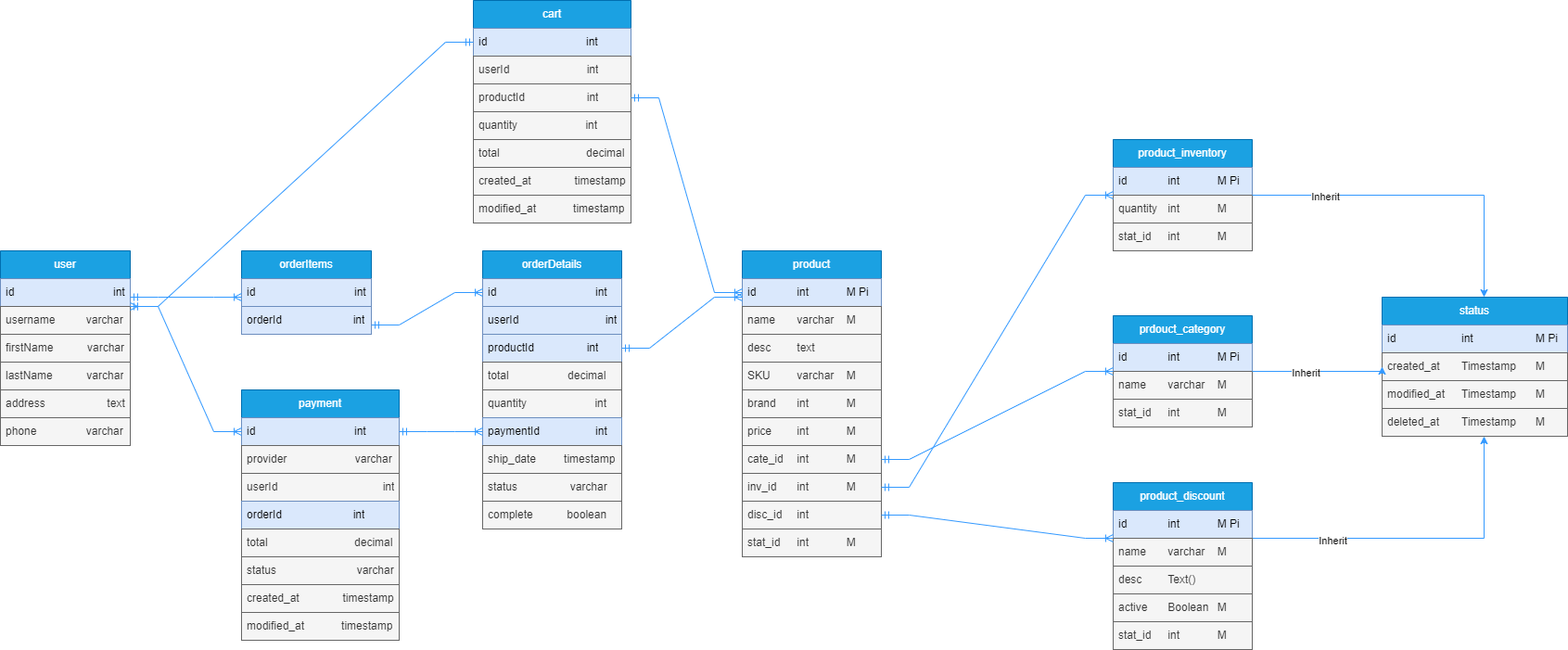
sharifmajumdar/fs14-ecommerce-erd keeps this draw.io diagram as ecommerce.png. Above is the earlier version. Source tidied: cells renumbered, new cells last; positions are measured from the earlier drawing's top-left corner, leaving out a move shared by most shapes.
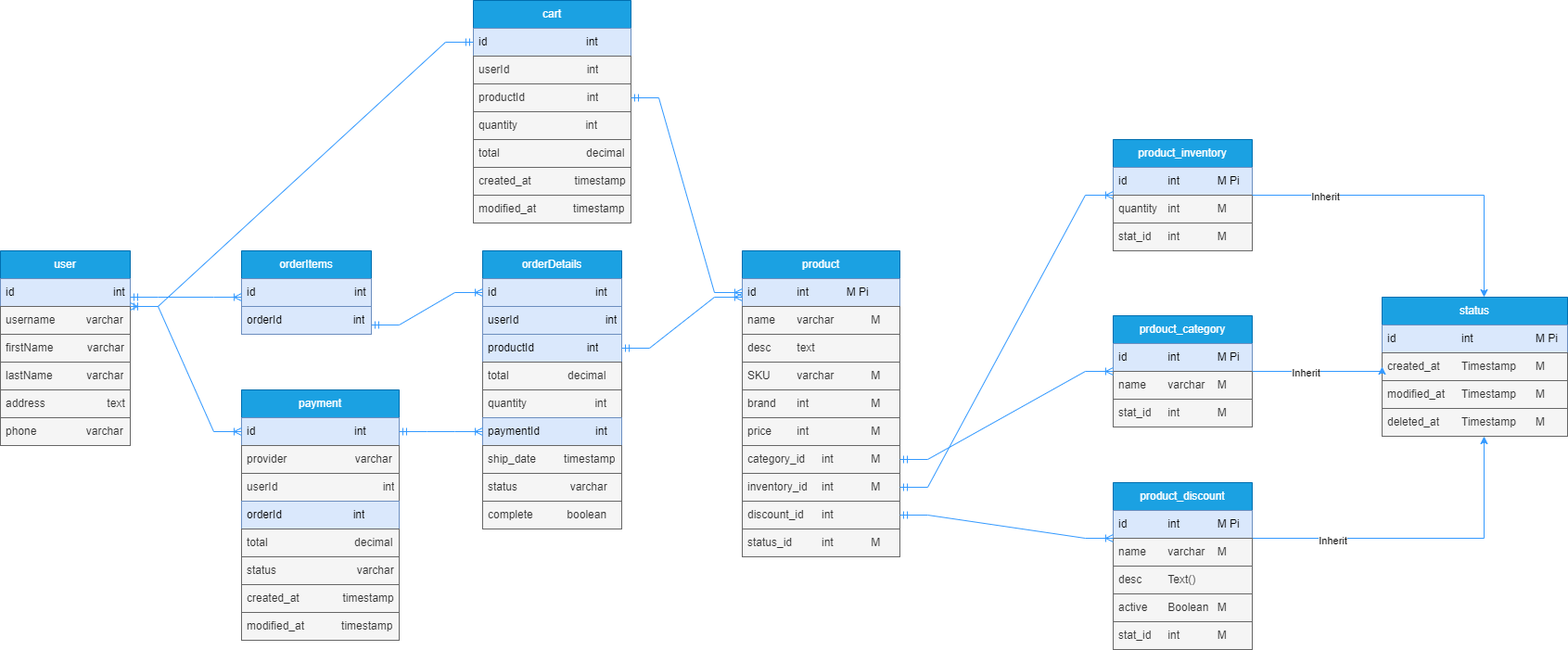
After the change.

Diff of the diagram source:
```diff
@@ -69,40 +69,40 @@
       <mxGeometry y="180" width="140" height="30" as="geometry" />
     </mxCell>
     <mxCell id="23" style="group;" parent="1" vertex="1">
-      <mxGeometry x="800" y="270" width="150" height="330" as="geometry" />
+      <mxGeometry x="800" y="270" width="170" height="330" as="geometry" />
     </mxCell>
     <mxCell id="24" value="product" style="swimlane;fontStyle=0;horizontal=1;startSize=30;whiteSpace=wrap;html=1;fillColor=#1ba1e2;strokeColor=#006EAF;fontColor=#ffffff;" parent="23" vertex="1">
-      <mxGeometry width="150" height="240" as="geometry" />
+      <mxGeometry width="170" height="240" as="geometry" />
     </mxCell>
     <mxCell id="25" value="id&lt;span style=&quot;white-space: pre;&quot;&gt;&#9;&lt;/span&gt;&lt;span style=&quot;white-space: pre;&quot;&gt;&#9;&lt;/span&gt;int&lt;span style=&quot;white-space: pre;&quot;&gt;&#9;&lt;/span&gt;&lt;span style=&quot;white-space: pre;&quot;&gt;&#9;&lt;/span&gt;M Pi" style="text;strokeColor=#6c8ebf;fillColor=#dae8fc;align=left;verticalAlign=middle;spacingLeft=4;spacingRight=4;overflow=hidden;points=[[0,0.5],[1,0.5]];portConstraint=eastwest;whiteSpace=wrap;html=1;" parent="24" vertex="1">
-      <mxGeometry y="30" width="150" height="30" as="geometry" />
+      <mxGeometry y="30" width="170" height="30" as="geometry" />
     </mxCell>
-    <mxCell id="26" value="name&lt;span style=&quot;white-space: pre;&quot;&gt;&#9;&lt;/span&gt;varchar&lt;span style=&quot;white-space: pre;&quot;&gt;&#9;&lt;/span&gt;M" style="text;strokeColor=#666666;fillColor=#f5f5f5;align=left;verticalAlign=middle;spacingLeft=4;spacingRight=4;overflow=hidden;whiteSpace=wrap;html=1;fontColor=#333333;" parent="24" vertex="1">
-      <mxGeometry y="60" width="150" height="30" as="geometry" />
+    <mxCell id="26" value="name&lt;span style=&quot;white-space: pre;&quot;&gt;&#9;&lt;/span&gt;varchar&lt;span style=&quot;white-space: pre;&quot;&gt;&#9;&lt;span style=&quot;white-space: pre;&quot;&gt;&#9;&lt;/span&gt;&lt;/span&gt;M" style="text;strokeColor=#666666;fillColor=#f5f5f5;align=left;verticalAlign=middle;spacingLeft=4;spacingRight=4;overflow=hidden;whiteSpace=wrap;html=1;fontColor=#333333;" parent="24" vertex="1">
+      <mxGeometry y="60" width="170" height="30" as="geometry" />
     </mxCell>
     <mxCell id="27" value="desc&lt;span style=&quot;white-space: pre;&quot;&gt;&#9;&lt;/span&gt;text&lt;span style=&quot;white-space: pre;&quot;&gt;&#9;&lt;/span&gt;" style="text;strokeColor=#666666;fillColor=#f5f5f5;align=left;verticalAlign=middle;spacingLeft=4;spacingRight=4;overflow=hidden;whiteSpace=wrap;html=1;fontColor=#333333;" parent="24" vertex="1">
-      <mxGeometry y="90" width="150" height="30" as="geometry" />
+      <mxGeometry y="90" width="170" height="30" as="geometry" />
     </mxCell>
-    <mxCell id="28" value="SKU&lt;span style=&quot;white-space: pre;&quot;&gt;&#9;&lt;/span&gt;&lt;span style=&quot;white-space: pre;&quot;&gt;&#9;&lt;/span&gt;varchar&lt;span style=&quot;white-space: pre;&quot;&gt;&#9;&lt;/span&gt;M" style="text;strokeColor=#666666;fillColor=#f5f5f5;align=left;verticalAlign=middle;spacingLeft=4;spacingRight=4;overflow=hidden;whiteSpace=wrap;html=1;fontColor=#333333;" parent="24" vertex="1">
-      <mxGeometry y="120" width="150" height="30" as="geometry" />
+    <mxCell id="28" value="SKU&lt;span style=&quot;white-space: pre;&quot;&gt;&#9;&lt;/span&gt;&lt;span style=&quot;white-space: pre;&quot;&gt;&#9;&lt;/span&gt;varchar&lt;span style=&quot;white-space: pre;&quot;&gt;&#9;&lt;span style=&quot;white-space: pre;&quot;&gt;&#9;&lt;/span&gt;&lt;/span&gt;M" style="text;strokeColor=#666666;fillColor=#f5f5f5;align=left;verticalAlign=middle;spacingLeft=4;spacingRight=4;overflow=hidden;whiteSpace=wrap;html=1;fontColor=#333333;" parent="24" vertex="1">
+      <mxGeometry y="120" width="170" height="30" as="geometry" />
     </mxCell>
-    <mxCell id="29" value="brand&lt;span style=&quot;white-space: pre;&quot;&gt;&#9;&lt;/span&gt;int&lt;span style=&quot;white-space: pre;&quot;&gt;&#9;&lt;/span&gt;&lt;span style=&quot;white-space: pre;&quot;&gt;&#9;&lt;/span&gt;M" style="text;strokeColor=#666666;fillColor=#f5f5f5;align=left;verticalAlign=middle;spacingLeft=4;spacingRight=4;overflow=hidden;whiteSpace=wrap;html=1;fontColor=#333333;" parent="24" vertex="1">
-      <mxGeometry y="150" width="150" height="30" as="geometry" />
+    <mxCell id="29" value="brand&lt;span style=&quot;white-space: pre;&quot;&gt;&#9;&lt;/span&gt;int&lt;span style=&quot;white-space: pre;&quot;&gt;&#9;&lt;/span&gt;&lt;span style=&quot;white-space: pre;&quot;&gt;&#9;&lt;span style=&quot;white-space: pre;&quot;&gt;&#9;&lt;/span&gt;&lt;/span&gt;M" style="text;strokeColor=#666666;fillColor=#f5f5f5;align=left;verticalAlign=middle;spacingLeft=4;spacingRight=4;overflow=hidden;whiteSpace=wrap;html=1;fontColor=#333333;" parent="24" vertex="1">
+      <mxGeometry y="150" width="170" height="30" as="geometry" />
     </mxCell>
-    <mxCell id="30" value="price&lt;span style=&quot;white-space: pre;&quot;&gt;&#9;&lt;/span&gt;int&lt;span style=&quot;white-space: pre;&quot;&gt;&#9;&lt;/span&gt;&lt;span style=&quot;white-space: pre;&quot;&gt;&#9;&lt;/span&gt;M" style="text;strokeColor=#666666;fillColor=#f5f5f5;align=left;verticalAlign=middle;spacingLeft=4;spacingRight=4;overflow=hidden;whiteSpace=wrap;html=1;fontColor=#333333;" parent="24" vertex="1">
-      <mxGeometry y="180" width="150" height="30" as="geometry" />
+    <mxCell id="30" value="price&lt;span style=&quot;white-space: pre;&quot;&gt;&#9;&lt;/span&gt;int&lt;span style=&quot;white-space: pre;&quot;&gt;&#9;&lt;/span&gt;&lt;span style=&quot;white-space: pre;&quot;&gt;&#9;&lt;span style=&quot;white-space: pre;&quot;&gt;&#9;&lt;/span&gt;&lt;/span&gt;M" style="text;strokeColor=#666666;fillColor=#f5f5f5;align=left;verticalAlign=middle;spacingLeft=4;spacingRight=4;overflow=hidden;whiteSpace=wrap;html=1;fontColor=#333333;" parent="24" vertex="1">
+      <mxGeometry y="180" width="170" height="30" as="geometry" />
     </mxCell>
-    <mxCell id="31" value="cate_id&lt;span style=&quot;white-space: pre;&quot;&gt;&#9;&lt;/span&gt;int&lt;span style=&quot;white-space: pre;&quot;&gt;&#9;&lt;/span&gt;&lt;span style=&quot;white-space: pre;&quot;&gt;&#9;&lt;/span&gt;M" style="text;strokeColor=#666666;fillColor=#f5f5f5;align=left;verticalAlign=middle;spacingLeft=4;spacingRight=4;overflow=hidden;points=[[0,0.5],[1,0.5]];portConstraint=eastwest;whiteSpace=wrap;html=1;fontColor=#333333;" parent="24" vertex="1">
-      <mxGeometry y="210" width="150" height="30" as="geometry" />
+    <mxCell id="31" value="category_id&lt;span style=&quot;white-space: pre;&quot;&gt;&#9;&lt;/span&gt;int&lt;span style=&quot;white-space: pre;&quot;&gt;&#9;&lt;span style=&quot;white-space: pre;&quot;&gt;&#9;&lt;/span&gt;&lt;/span&gt;M" style="text;strokeColor=#666666;fillColor=#f5f5f5;align=left;verticalAlign=middle;spacingLeft=4;spacingRight=4;overflow=hidden;points=[[0,0.5],[1,0.5]];portConstraint=eastwest;whiteSpace=wrap;html=1;fontColor=#333333;" parent="24" vertex="1">
+      <mxGeometry y="210" width="170" height="30" as="geometry" />
     </mxCell>
-    <mxCell id="32" value="inv_id&lt;span style=&quot;white-space: pre;&quot;&gt;&#9;&lt;/span&gt;int&lt;span style=&quot;white-space: pre;&quot;&gt;&#9;&lt;/span&gt;&lt;span style=&quot;white-space: pre;&quot;&gt;&#9;&lt;/span&gt;M" style="text;strokeColor=#666666;fillColor=#f5f5f5;align=left;verticalAlign=middle;spacingLeft=4;spacingRight=4;overflow=hidden;points=[[0,0.5],[1,0.5]];portConstraint=eastwest;whiteSpace=wrap;html=1;fontColor=#333333;" parent="23" vertex="1">
-      <mxGeometry y="240" width="150" height="30" as="geometry" />
+    <mxCell id="32" value="inventory_id&lt;span style=&quot;white-space: pre;&quot;&gt;&#9;&lt;/span&gt;int&lt;span style=&quot;white-space: pre;&quot;&gt;&#9;&lt;span style=&quot;white-space: pre;&quot;&gt;&#9;&lt;/span&gt;&lt;/span&gt;M" style="text;strokeColor=#666666;fillColor=#f5f5f5;align=left;verticalAlign=middle;spacingLeft=4;spacingRight=4;overflow=hidden;points=[[0,0.5],[1,0.5]];portConstraint=eastwest;whiteSpace=wrap;html=1;fontColor=#333333;" parent="23" vertex="1">
+      <mxGeometry y="240" width="170" height="30" as="geometry" />
     </mxCell>
-    <mxCell id="33" value="disc_id&lt;span style=&quot;white-space: pre;&quot;&gt;&#9;&lt;/span&gt;int&lt;span style=&quot;white-space: pre;&quot;&gt;&#9;&lt;/span&gt;&lt;span style=&quot;white-space: pre;&quot;&gt;&#9;&lt;/span&gt;" style="text;strokeColor=#666666;fillColor=#f5f5f5;align=left;verticalAlign=middle;spacingLeft=4;spacingRight=4;overflow=hidden;points=[[0,0.5],[1,0.5]];portConstraint=eastwest;whiteSpace=wrap;html=1;fontColor=#333333;" parent="23" vertex="1">
-      <mxGeometry y="270" width="150" height="30" as="geometry" />
+    <mxCell id="33" value="discount_id&lt;span style=&quot;white-space: pre;&quot;&gt;&#9;&lt;/span&gt;int&lt;span style=&quot;white-space: pre;&quot;&gt;&#9;&lt;/span&gt;&lt;span style=&quot;white-space: pre;&quot;&gt;&#9;&lt;/span&gt;" style="text;strokeColor=#666666;fillColor=#f5f5f5;align=left;verticalAlign=middle;spacingLeft=4;spacingRight=4;overflow=hidden;points=[[0,0.5],[1,0.5]];portConstraint=eastwest;whiteSpace=wrap;html=1;fontColor=#333333;" parent="23" vertex="1">
+      <mxGeometry y="270" width="170" height="30" as="geometry" />
     </mxCell>
-    <mxCell id="34" value="stat_id&lt;span style=&quot;white-space: pre;&quot;&gt;&#9;&lt;/span&gt;int&lt;span style=&quot;white-space: pre;&quot;&gt;&#9;&lt;/span&gt;&lt;span style=&quot;white-space: pre;&quot;&gt;&#9;&lt;/span&gt;M" style="text;strokeColor=#666666;fillColor=#f5f5f5;align=left;verticalAlign=middle;spacingLeft=4;spacingRight=4;overflow=hidden;whiteSpace=wrap;html=1;fontColor=#333333;" parent="23" vertex="1">
-      <mxGeometry y="300" width="150" height="30" as="geometry" />
+    <mxCell id="34" value="status_id&lt;span style=&quot;white-space: pre;&quot;&gt;&#9;&lt;span style=&quot;white-space: pre;&quot;&gt;&#9;&lt;/span&gt;&lt;/span&gt;int&lt;span style=&quot;white-space: pre;&quot;&gt;&#9;&lt;/span&gt;&lt;span style=&quot;white-space: pre;&quot;&gt;&#9;&lt;/span&gt;M" style="text;strokeColor=#666666;fillColor=#f5f5f5;align=left;verticalAlign=middle;spacingLeft=4;spacingRight=4;overflow=hidden;whiteSpace=wrap;html=1;fontColor=#333333;" parent="23" vertex="1">
+      <mxGeometry y="300" width="170" height="30" as="geometry" />
     </mxCell>
     <mxCell id="35" value="prdouct_category" style="swimlane;fontStyle=0;horizontal=1;startSize=30;whiteSpace=wrap;html=1;fillColor=#1ba1e2;strokeColor=#006EAF;fontColor=#ffffff;" parent="1" vertex="1">
       <mxGeometry x="1200" y="340" width="150" height="120" as="geometry" />
```
